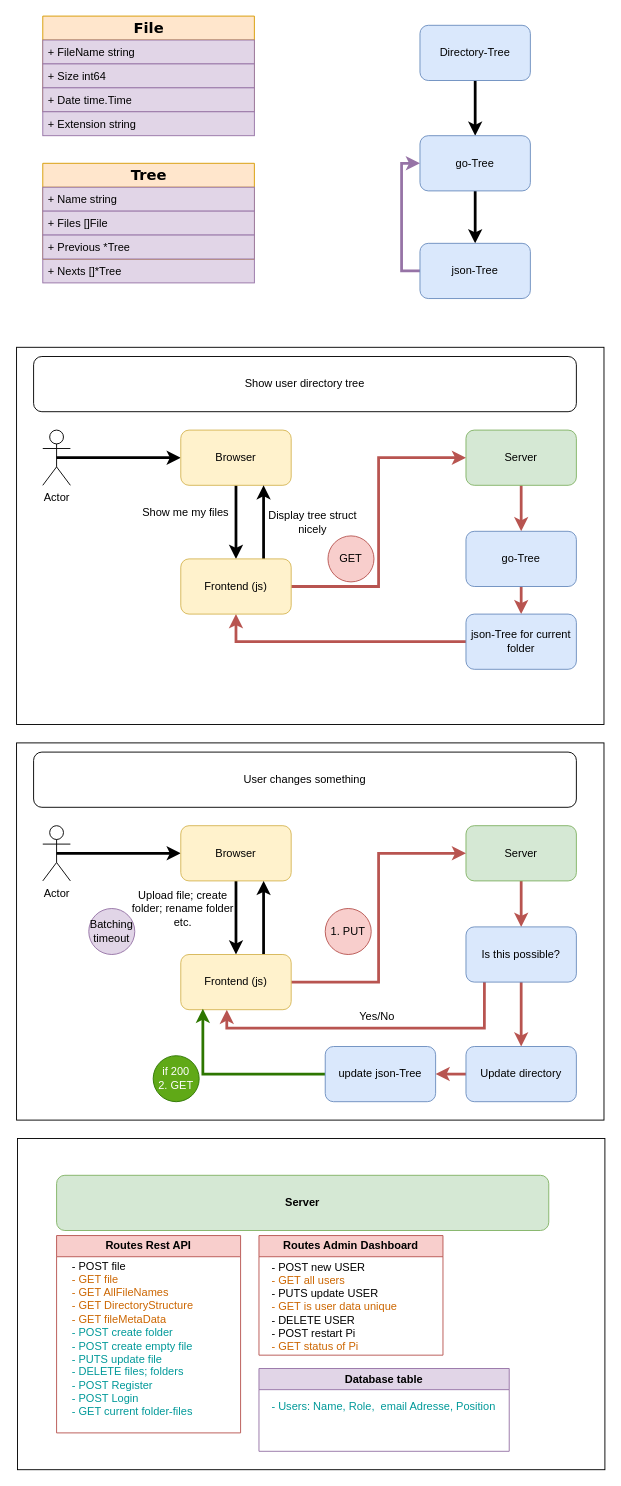
Above: internal/scandir/Plan.drawio in Konrad1991/SolarServer (draw.io), before the change. Source tidied: cells renumbered, new cells numbered last; positions are measured from the earlier drawing's top-left corner, leaving out a move shared by most shapes. Both pictures are drawn from the tidied source at 92%, with x=0, y=0 at pixel (17, 16).
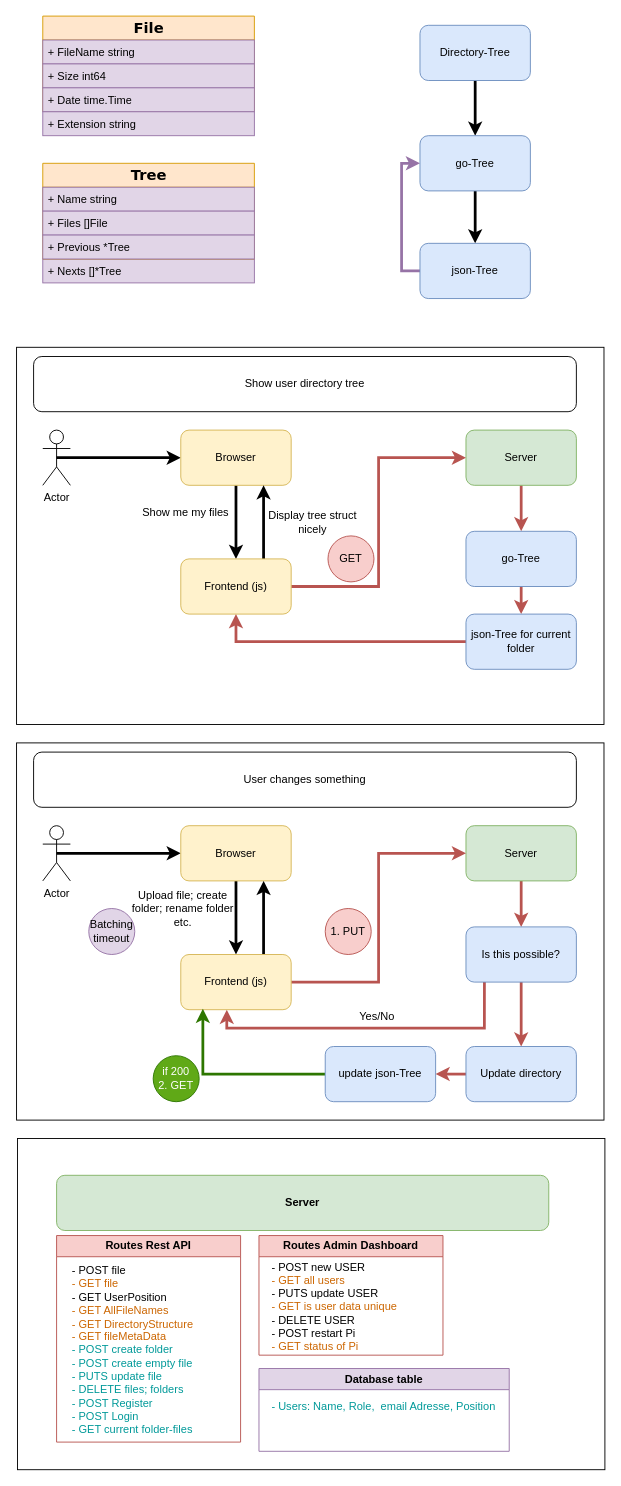
After the change.

Commit message:
Plan.drawio Routes aktualisiert

Change to the diagram source:
```diff
@@
     <mxCell id="61" value="Routes Rest API" style="swimlane;whiteSpace=wrap;html=1;fillColor=#f8cecc;strokeColor=#b85450;" parent="1" vertex="1">
-      <mxGeometry x="43" y="1325.5" width="200" height="214.5" as="geometry" />
+      <mxGeometry x="43" y="1325.5" width="200" height="224.5" as="geometry" />
     </mxCell>
-    <mxCell id="62" value="- POST file&lt;br&gt;&lt;font color=&quot;#cc6600&quot;&gt;- GET file&lt;br&gt;- GET AllFileNames&lt;br&gt;- GET DirectoryStructure&lt;br&gt;- GET fileMetaData&lt;br&gt;&lt;/font&gt;&lt;font color=&quot;#009999&quot;&gt;- POST create folder&lt;br&gt;- POST create empty file&lt;br&gt;- PUTS update file&lt;br&gt;- DELETE files; folders&amp;nbsp;&lt;br&gt;- POST Register&lt;br&gt;- POST Login&lt;br&gt;- GET current folder-files&lt;br&gt;&lt;/font&gt;" style="text;html=1;align=left;verticalAlign=middle;strokeColor=none;fillColor=none;" parent="61" vertex="1">
-      <mxGeometry x="15" y="27" width="150" height="170" as="geometry" />
+    <mxCell id="62" value="&lt;div&gt;- POST file&lt;/div&gt;&lt;div&gt;&lt;font color=&quot;#cc6600&quot;&gt;- GET file&lt;/font&gt;&lt;/div&gt;- GET UserPosition&lt;br&gt;&lt;font color=&quot;#cc6600&quot;&gt;- GET AllFileNames&lt;br&gt;- GET DirectoryStructure&lt;br&gt;- GET fileMetaData&lt;br&gt;&lt;/font&gt;&lt;font color=&quot;#009999&quot;&gt;- POST create folder&lt;br&gt;- POST create empty file&lt;br&gt;- PUTS update file&lt;br&gt;- DELETE files; folders&amp;nbsp;&lt;br&gt;- POST Register&lt;br&gt;- POST Login&lt;br&gt;- GET current folder-files&lt;br&gt;&lt;/font&gt;" style="text;html=1;align=left;verticalAlign=middle;strokeColor=none;fillColor=none;" parent="61" vertex="1">
+      <mxGeometry x="15" y="24.5" width="160" height="200" as="geometry" />
     </mxCell>
```
